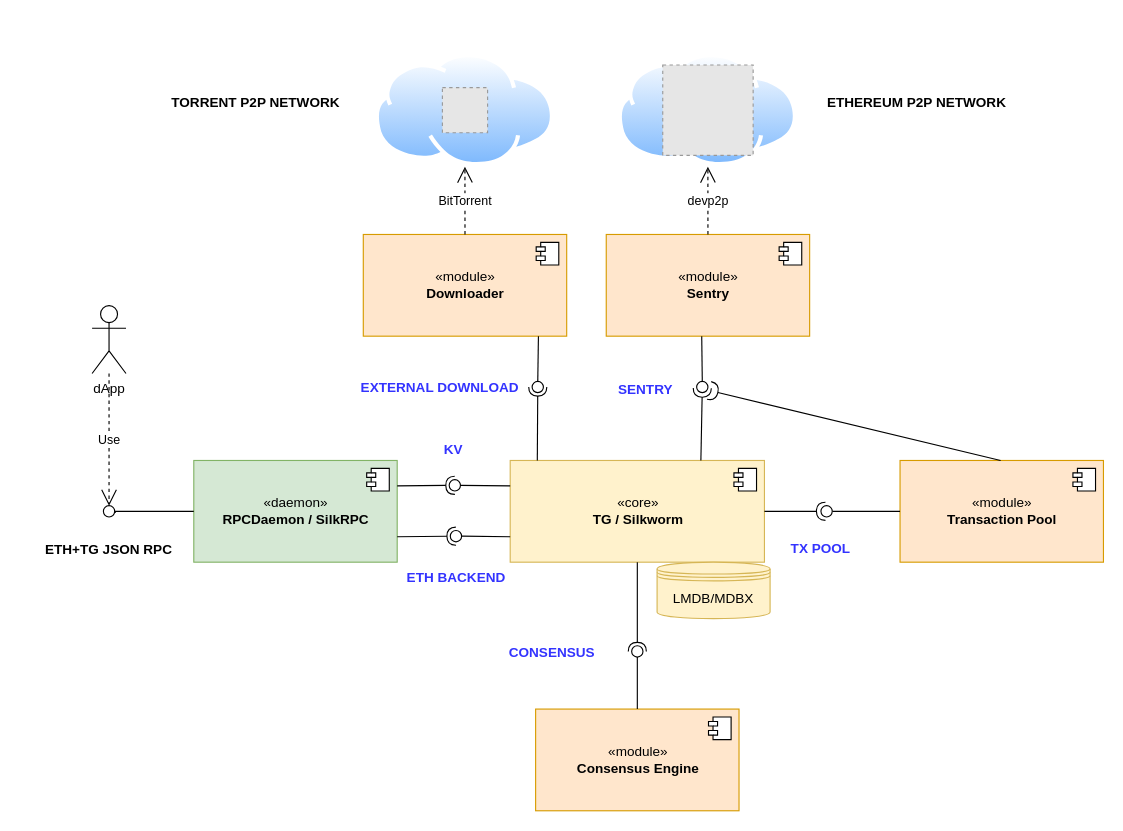
The draw.io diagram turbo-geth.drawio in erigontech/interfaces, before the edit. Source tidied: cells renumbered, new cells numbered last; positions are measured from the earlier drawing's top-left corner, leaving out a move shared by most shapes. Both pictures are drawn from the tidied source at 113%, with x=0, y=0 at pixel (41, 53). Pictures stored in the file or linked from it are replaced by grey dashed boxes.
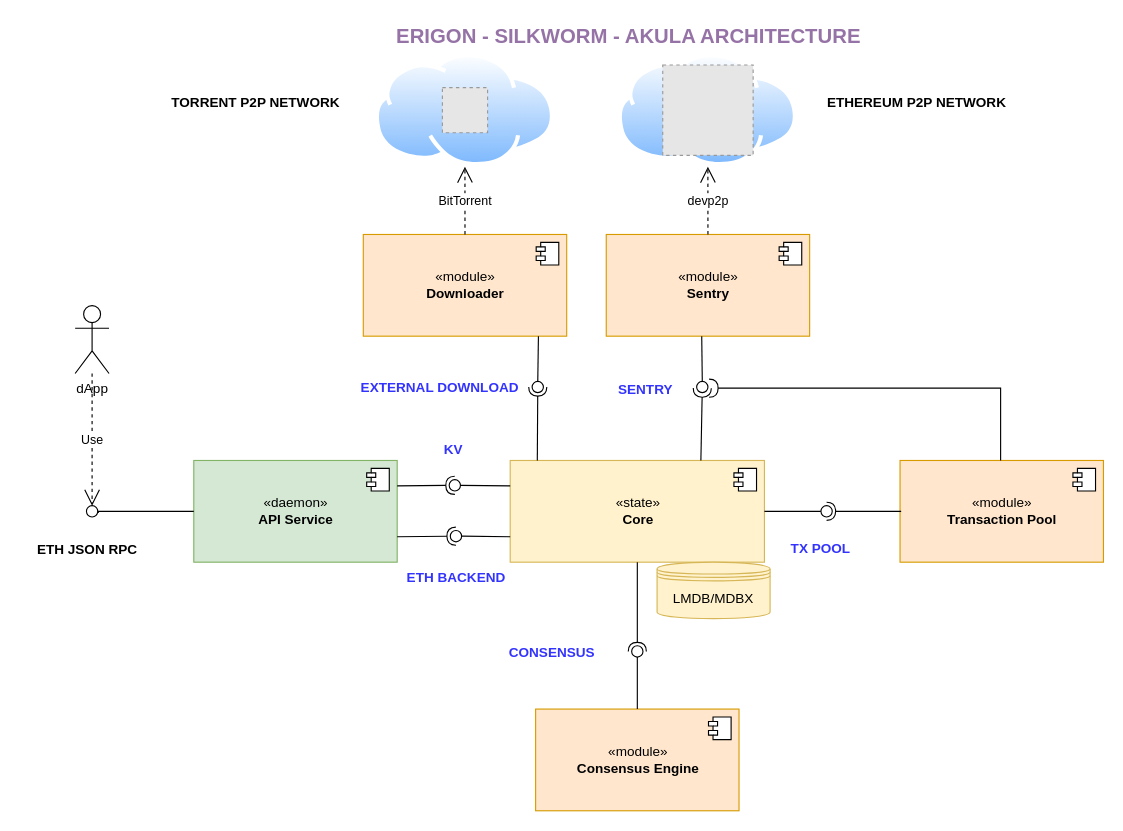
After the change.

Commit message (it also covers changes not shown here):
Use generic names to identify components Fix TXPOOL interface provider

Unchanged cells that the change refers to:
```xml
<mxCell id="8" value="«module»&lt;br&gt;&lt;b&gt;Transaction Pool&lt;/b&gt;" style="html=1;fillColor=#ffe6cc;strokeColor=#d79b00;" parent="1" vertex="1">
  <mxGeometry x="760" y="360" width="180" height="90" as="geometry" />
</mxCell>
<mxCell id="34" style="ellipse;whiteSpace=wrap;html=1;fontFamily=Helvetica;fontSize=12;fontColor=#000000;align=center;strokeColor=#000000;fillColor=#ffffff;points=[];" parent="1" vertex="1">
  <mxGeometry x="690" y="400" width="10" height="10" as="geometry" />
</mxCell>
```

The edit, as a diff of the source:
```diff
@@
-    <mxCell id="2" value="«daemon»&lt;br&gt;&lt;b&gt;RPCDaemon / SilkRPC&lt;/b&gt;" style="html=1;fillColor=#d5e8d4;strokeColor=#82b366;" parent="1" vertex="1">
+    <mxCell id="2" value="«daemon»&lt;br&gt;&lt;b&gt;API Service&lt;/b&gt;" style="html=1;fillColor=#d5e8d4;strokeColor=#82b366;" parent="1" vertex="1">
       <mxGeometry x="135" y="360" width="180" height="90" as="geometry" />
     </mxCell>
@@
-    <mxCell id="4" value="«core»&lt;br&gt;&lt;b&gt;TG / Silkworm&lt;/b&gt;" style="html=1;fillColor=#fff2cc;strokeColor=#d6b656;" parent="1" vertex="1">
+    <mxCell id="4" value="«state»&lt;br&gt;&lt;b&gt;Core&lt;/b&gt;" style="html=1;fillColor=#fff2cc;strokeColor=#d6b656;" parent="1" vertex="1">
       <mxGeometry x="415" y="360" width="225" height="90" as="geometry" />
     </mxCell>
@@
     <mxCell id="26" style="ellipse;whiteSpace=wrap;html=1;fontFamily=Helvetica;fontSize=12;fontColor=#000000;align=center;strokeColor=#000000;fillColor=#ffffff;points=[];" parent="1" vertex="1">
-      <mxGeometry x="55" y="400" width="10" height="10" as="geometry" />
+      <mxGeometry x="40" y="400" width="10" height="10" as="geometry" />
     </mxCell>
@@
-    <mxCell id="28" value="ETH+TG JSON RPC" style="text;align=center;fontStyle=1;verticalAlign=middle;spacingLeft=3;spacingRight=3;strokeColor=none;" parent="1" vertex="1">
-      <mxGeometry y="425" width="120" height="26" as="geometry" />
+    <mxCell id="28" value="ETH JSON RPC" style="text;align=center;fontStyle=1;verticalAlign=middle;spacingLeft=3;spacingRight=3;strokeColor=none;" parent="1" vertex="1">
+      <mxGeometry x="-19" y="425" width="120" height="26" as="geometry" />
     </mxCell>
     <mxCell id="29" value="dApp" style="shape=umlActor;verticalLabelPosition=bottom;verticalAlign=top;html=1;" parent="1" vertex="1">
-      <mxGeometry x="45" y="223" width="30" height="60" as="geometry" />
+      <mxGeometry x="30" y="223" width="30" height="60" as="geometry" />
     </mxCell>
@@
-    <mxCell id="32" style="rounded=0;jettySize=auto;html=1;endArrow=none;endFill=0;exitX=0;exitY=0.5;exitDx=0;exitDy=0;" parent="1" edge="1" source="8" target="34">
+    <mxCell id="32" style="rounded=0;jettySize=auto;html=1;endArrow=none;endFill=0;" parent="1" edge="1" source="4" target="34">
       <mxGeometry relative="1" as="geometry" />
     </mxCell>
-    <mxCell id="33" style="rounded=0;jettySize=auto;html=1;endArrow=halfCircle;endFill=0;endSize=6;strokeWidth=1;exitX=1;exitY=0.5;exitDx=0;exitDy=0;" parent="1" edge="1" source="4">
+    <mxCell id="33" style="rounded=0;orthogonalLoop=1;jettySize=auto;html=1;endArrow=halfCircle;endFill=0;endSize=6;strokeWidth=1;exitX=0;exitY=0.5;exitDx=0;exitDy=0;" parent="1" edge="1">
       <mxGeometry relative="1" as="geometry">
-        <mxPoint x="694" y="405" as="targetPoint" />
+        <mxPoint x="761" y="405" as="sourcePoint" />
+        <mxPoint x="695" y="405" as="targetPoint" />
       </mxGeometry>
     </mxCell>
@@
-    <mxCell id="49" style="rounded=0;orthogonalLoop=1;jettySize=auto;html=1;endArrow=halfCircle;endFill=0;endSize=6;strokeWidth=1;exitX=0.5;exitY=0;exitDx=0;exitDy=0;entryX=1.2;entryY=0.8;entryDx=0;entryDy=0;entryPerimeter=0;" parent="1" edge="1">
+    <mxCell id="49" style="rounded=0;orthogonalLoop=1;jettySize=auto;html=1;endArrow=halfCircle;endFill=0;endSize=6;strokeWidth=1;entryX=1.2;entryY=0.8;entryDx=0;entryDy=0;entryPerimeter=0;" parent="1" edge="1">
       <mxGeometry relative="1" as="geometry">
         <mxPoint x="849" y="360" as="sourcePoint" />
-        <mxPoint x="591" y="298" as="targetPoint" />
+        <mxPoint x="591" y="296" as="targetPoint" />
+        <Array as="points">
+          <mxPoint x="849" y="296" />
+        </Array>
       </mxGeometry>
     </mxCell>
@@
+    <mxCell id="54" value="ERIGON - SILKWORM - AKULA ARCHITECTURE" style="text;align=center;fontStyle=1;verticalAlign=middle;spacingLeft=3;spacingRight=3;strokeColor=none;fontSize=18;fontColor=#9673A6;" parent="1" vertex="1">
+      <mxGeometry x="280" y="-30" width="480" height="26" as="geometry" />
+    </mxCell>
```
